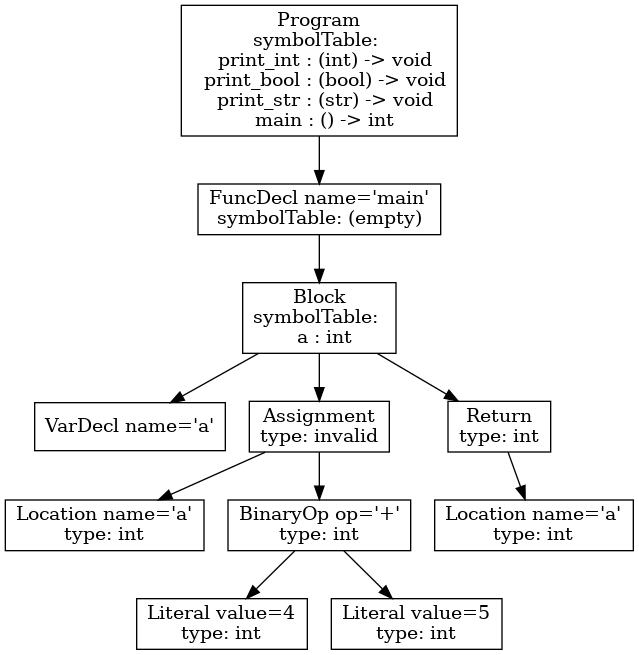
This is p3-analysis/tests/tree.png from dada1802/cs432-project, a Graphviz export, as it was before one commit. Its source is kept beside it as p3-analysis/tree.dot.
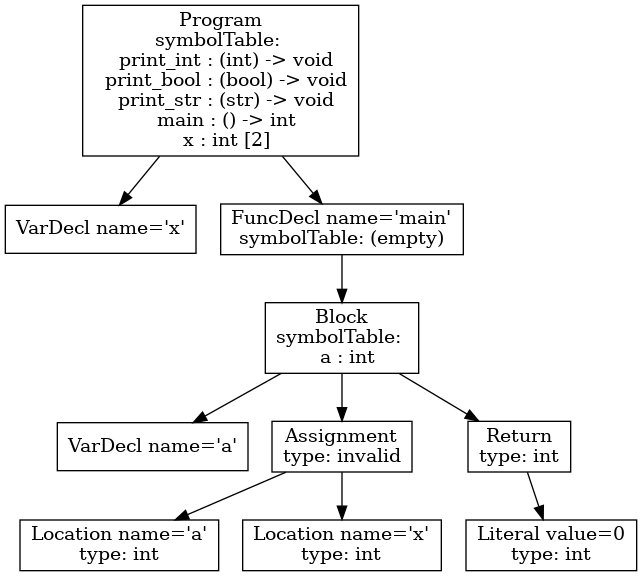
The same file after the commit.

What changed in the source:
```diff
@@ -1,13 +1,21 @@
 digraph AST {
-1 [shape=box, label="VarDecl name='main'"];
-5 [shape=box, label="Literal value=0\ntype: int"];
-4 [shape=box, label="Return\ntype: int"];
-4 -> 5;
-3 [shape=box, label="Block\nsymbolTable: (empty)"];
+1 [shape=box, label="VarDecl name='x'"];
+4 [shape=box, label="VarDecl name='a'"];
+6 [shape=box, label="Location name='a'\ntype: int"];
+7 [shape=box, label="Location name='x'"];
+5 [shape=box, label="Assignment\ntype: invalid"];
+5 -> 6;
+5 -> 7;
+9 [shape=box, label="Literal value=0\ntype: int"];
+8 [shape=box, label="Return\ntype: int"];
+8 -> 9;
+3 [shape=box, label="Block\nsymbolTable: \n  a : int"];
 3 -> 4;
+3 -> 5;
+3 -> 8;
 2 [shape=box, label="FuncDecl name='main'\nsymbolTable: (empty)"];
 2 -> 3;
-0 [shape=box, label="Program\nsymbolTable: \n  print_int : (int) -> void\n  print_bool : (bool) -> void\n  print_str : (str) -> void\n  main : () -> int\n  main : int"];
+0 [shape=box, label="Program\nsymbolTable: \n  print_int : (int) -> void\n  print_bool : (bool) -> void\n  print_str : (str) -> void\n  main : () -> int\n  x : int [2]"];
 0 -> 1;
 0 -> 2;
 }
```
